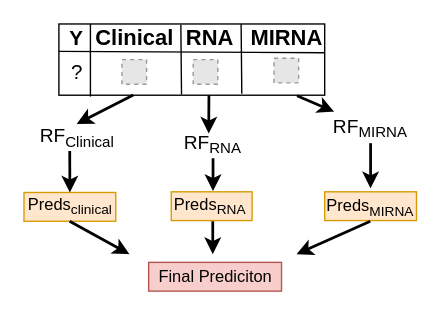
Above: docs/Graphics/chapter2/Block_Wise_RF_Pred_Example.drawio in rollator3000/MS_omics (draw.io), before the change. Source tidied: cells renumbered, new cells numbered last; positions are measured from the earlier drawing's top-left corner, leaving out a move shared by most shapes. Both pictures are drawn from the tidied source at 137%, with x=0, y=0 at pixel (23, 23). Pictures stored in the file or linked from it are replaced by grey dashed boxes.
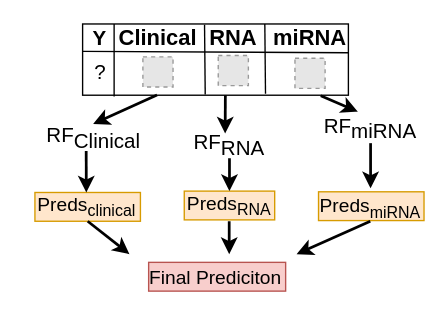
After the change.

Change to the diagram source:
```diff
@@
     <mxCell id="2" style="rounded=0;whiteSpace=wrap;html=1;fillColor=#ffe6cc;strokeColor=#d79b00;" parent="1" vertex="1">
-      <mxGeometry x="219.5" y="122.5" width="67" height="21" as="geometry" />
+      <mxGeometry x="215" y="122.5" width="77" height="21" as="geometry" />
     </mxCell>
     <mxCell id="3" style="rounded=0;whiteSpace=wrap;html=1;fillColor=#ffe6cc;strokeColor=#d79b00;" parent="1" vertex="1">
-      <mxGeometry x="107.5" y="122.5" width="59" height="21" as="geometry" />
+      <mxGeometry x="117" y="122" width="66" height="21" as="geometry" />
     </mxCell>
     <mxCell id="4" style="rounded=0;whiteSpace=wrap;html=1;fillColor=#ffe6cc;strokeColor=#d79b00;" parent="1" vertex="1">
-      <mxGeometry y="123" width="67" height="21" as="geometry" />
+      <mxGeometry x="8" y="123" width="77" height="21" as="geometry" />
     </mxCell>
     <mxCell id="5" style="rounded=0;whiteSpace=wrap;html=1;" parent="1" vertex="1">
-      <mxGeometry x="25.5" width="194" height="52" as="geometry" />
+      <mxGeometry x="42.8" width="194" height="52" as="geometry" />
     </mxCell>
     <mxCell id="6" style="endArrow=none;html=1;exitX=0;exitY=1;exitDx=0;exitDy=0;" parent="1" edge="1" source="7">
       <mxGeometry relative="1" as="geometry">
-        <mxPoint x="219.5" y="21" as="targetPoint" />
+        <mxPoint x="236.8" y="21" as="targetPoint" />
       </mxGeometry>
     </mxCell>
     <mxCell id="7" value="&lt;font style=&quot;font-size: 15px&quot;&gt;&lt;b&gt;Y&lt;/b&gt;&lt;/font&gt;" style="text;html=1;strokeColor=none;fillColor=none;align=center;verticalAlign=middle;whiteSpace=wrap;rounded=0;" parent="1" vertex="1">
-      <mxGeometry x="25.5" y="0.5" width="25" height="19.5" as="geometry" />
+      <mxGeometry x="42.8" y="0.5" width="25" height="19.5" as="geometry" />
     </mxCell>
     <mxCell id="8" value="&lt;font style=&quot;font-size: 16px&quot;&gt;&lt;b&gt;Clinical&lt;/b&gt;&lt;/font&gt;" style="text;html=1;strokeColor=none;fillColor=none;align=center;verticalAlign=middle;whiteSpace=wrap;rounded=0;" parent="1" vertex="1">
-      <mxGeometry x="55.5" width="50" height="20" as="geometry" />
+      <mxGeometry x="72.8" width="50" height="20" as="geometry" />
     </mxCell>
-    <mxCell id="9" value="&lt;font style=&quot;font-size: 16px&quot;&gt;&lt;b&gt;MIRNA&lt;/b&gt;&lt;/font&gt;" style="text;html=1;strokeColor=none;fillColor=none;align=center;verticalAlign=middle;whiteSpace=wrap;rounded=0;" parent="1" vertex="1">
-      <mxGeometry x="166.5" width="50" height="20" as="geometry" />
+    <mxCell id="9" value="&lt;font style=&quot;font-size: 16px&quot;&gt;&lt;b&gt;miRNA&lt;/b&gt;&lt;/font&gt;" style="text;html=1;strokeColor=none;fillColor=none;align=center;verticalAlign=middle;whiteSpace=wrap;rounded=0;" parent="1" vertex="1">
+      <mxGeometry x="183.8" width="50" height="20" as="geometry" />
     </mxCell>
     <mxCell id="10" value="&lt;font style=&quot;font-size: 16px&quot;&gt;&lt;b&gt;RNA&lt;/b&gt;&lt;/font&gt;" style="text;html=1;strokeColor=none;fillColor=none;align=center;verticalAlign=middle;whiteSpace=wrap;rounded=0;" parent="1" vertex="1">
-      <mxGeometry x="110.5" width="50" height="20" as="geometry" />
+      <mxGeometry x="127.8" width="50" height="20" as="geometry" />
     </mxCell>
     <mxCell id="11" style="endArrow=none;html=1;" parent="1" edge="1">
       <mxGeometry relative="1" as="geometry">
-        <mxPoint x="48.5" y="53" as="sourcePoint" />
-        <mxPoint x="48.5" as="targetPoint" />
+        <mxPoint x="65.8" y="53" as="sourcePoint" />
+        <mxPoint x="65.8" as="targetPoint" />
       </mxGeometry>
     </mxCell>
     <mxCell id="12" style="endArrow=none;html=1;entryX=0.75;entryY=0;entryDx=0;entryDy=0;" parent="1" edge="1">
       <mxGeometry relative="1" as="geometry">
-        <mxPoint x="115" y="51.5" as="sourcePoint" />
-        <mxPoint x="114.5" y="0.5" as="targetPoint" />
+        <mxPoint x="132.3" y="51.5" as="sourcePoint" />
+        <mxPoint x="131.8" y="0.5" as="targetPoint" />
       </mxGeometry>
     </mxCell>
-    <mxCell id="13" style="fillColor=#E6E6E6;strokeColor=#999999;dashed=1;html=1;verticalAlign=top;verticalLabelPosition=bottom;labelBackgroundColor=#ffffff;" parent="1" vertex="1">
-      <mxGeometry x="71.5" y="26" width="18" height="18" as="geometry" />
-    </mxCell>
-    <mxCell id="14" style="fillColor=#E6E6E6;strokeColor=#999999;dashed=1;html=1;verticalAlign=top;verticalLabelPosition=bottom;labelBackgroundColor=#ffffff;" parent="1" vertex="1">
-      <mxGeometry x="123.5" y="26" width="18" height="18" as="geometry" />
-    </mxCell>
-    <mxCell id="15" style="fillColor=#E6E6E6;strokeColor=#999999;dashed=1;html=1;verticalAlign=top;verticalLabelPosition=bottom;labelBackgroundColor=#ffffff;" parent="1" vertex="1">
-      <mxGeometry x="182.5" y="25" width="18" height="18" as="geometry" />
-    </mxCell>
     <mxCell id="16" value="&lt;font style=&quot;font-size: 15px&quot;&gt;?&lt;/font&gt;" style="text;html=1;strokeColor=none;fillColor=none;align=center;verticalAlign=middle;whiteSpace=wrap;rounded=0;" parent="1" vertex="1">
-      <mxGeometry x="18.5" y="25" width="40" height="20" as="geometry" />
+      <mxGeometry x="35.8" y="25" width="40" height="20" as="geometry" />
     </mxCell>
     <mxCell id="17" style="endArrow=none;html=1;entryX=0.75;entryY=0;entryDx=0;entryDy=0;" parent="1" edge="1">
       <mxGeometry relative="1" as="geometry">
-        <mxPoint x="159" y="51" as="sourcePoint" />
-        <mxPoint x="158.5" as="targetPoint" />
+        <mxPoint x="176.3" y="51" as="sourcePoint" />
+        <mxPoint x="175.8" as="targetPoint" />
       </mxGeometry>
     </mxCell>
-    <mxCell id="18" value="&lt;font&gt;&lt;span style=&quot;font-size: 14px&quot;&gt;RF&lt;/span&gt;&lt;sub&gt;&lt;font style=&quot;font-size: 11px&quot;&gt;Clinical&lt;/font&gt;&lt;/sub&gt;&lt;/font&gt;" style="text;html=1;strokeColor=none;fillColor=none;align=center;verticalAlign=middle;whiteSpace=wrap;rounded=0;" parent="1" vertex="1">
-      <mxGeometry x="18.5" y="73" width="40" height="20" as="geometry" />
+    <mxCell id="18" value="&lt;font style=&quot;font-size: 15px&quot;&gt;&lt;span&gt;RF&lt;/span&gt;&lt;sub&gt;&lt;font style=&quot;font-size: 15px&quot;&gt;Clinical&lt;/font&gt;&lt;/sub&gt;&lt;/font&gt;" style="text;html=1;strokeColor=none;fillColor=none;align=center;verticalAlign=middle;whiteSpace=wrap;rounded=0;" parent="1" vertex="1">
+      <mxGeometry x="30.5" y="73" width="40" height="20" as="geometry" />
     </mxCell>
-    <mxCell id="19" value="&lt;font style=&quot;font-size: 14px&quot;&gt;RF&lt;/font&gt;&lt;sub&gt;&lt;font style=&quot;font-size: 11px&quot;&gt;MIRNA&lt;/font&gt;&lt;/sub&gt;" style="text;html=1;strokeColor=none;fillColor=none;align=center;verticalAlign=middle;whiteSpace=wrap;rounded=0;" parent="1" vertex="1">
+    <mxCell id="19" value="&lt;font style=&quot;font-size: 15px&quot;&gt;&lt;font style=&quot;font-size: 15px&quot;&gt;RF&lt;/font&gt;&lt;sub&gt;&lt;font style=&quot;font-size: 15px&quot;&gt;miRNA&lt;/font&gt;&lt;/sub&gt;&lt;/font&gt;" style="text;html=1;strokeColor=none;fillColor=none;align=center;verticalAlign=middle;whiteSpace=wrap;rounded=0;" parent="1" vertex="1">
       <mxGeometry x="224" y="64" width="58" height="23" as="geometry" />
     </mxCell>
-    <mxCell id="20" value="&lt;font&gt;&lt;span style=&quot;font-size: 14px&quot;&gt;RF&lt;/span&gt;&lt;sub&gt;&lt;font style=&quot;font-size: 11px&quot;&gt;RNA&lt;/font&gt;&lt;/sub&gt;&lt;/font&gt;" style="text;html=1;strokeColor=none;fillColor=none;align=center;verticalAlign=middle;whiteSpace=wrap;rounded=0;" parent="1" vertex="1">
-      <mxGeometry x="118" y="78" width="40" height="20" as="geometry" />
+    <mxCell id="20" value="&lt;font style=&quot;font-size: 15px&quot;&gt;&lt;span&gt;RF&lt;/span&gt;&lt;sub&gt;&lt;font style=&quot;font-size: 15px&quot;&gt;RNA&lt;/font&gt;&lt;/sub&gt;&lt;/font&gt;" style="text;html=1;strokeColor=none;fillColor=none;align=center;verticalAlign=middle;whiteSpace=wrap;rounded=0;" parent="1" vertex="1">
+      <mxGeometry x="130" y="78" width="40" height="20" as="geometry" />
     </mxCell>
-    <mxCell id="21" value="&lt;span style=&quot;font-size: 12px&quot;&gt;Preds&lt;/span&gt;&lt;sub&gt;clinical&lt;/sub&gt;" style="text;html=1;strokeColor=none;fillColor=none;align=center;verticalAlign=middle;whiteSpace=wrap;rounded=0;" parent="1" vertex="1">
-      <mxGeometry x="13.5" y="123" width="40" height="20" as="geometry" />
+    <mxCell id="21" value="&lt;font style=&quot;font-size: 14px&quot;&gt;Preds&lt;sub&gt;clinical&lt;/sub&gt;&lt;/font&gt;" style="text;html=1;strokeColor=none;fillColor=none;align=center;verticalAlign=middle;whiteSpace=wrap;rounded=0;" parent="1" vertex="1">
+      <mxGeometry x="25.5" y="123" width="40" height="20" as="geometry" />
     </mxCell>
-    <mxCell id="22" value="&lt;span style=&quot;font-size: 12px&quot;&gt;Preds&lt;/span&gt;&lt;sub&gt;RNA&lt;/sub&gt;" style="text;html=1;strokeColor=none;fillColor=none;align=center;verticalAlign=middle;whiteSpace=wrap;rounded=0;" parent="1" vertex="1">
-      <mxGeometry x="115.5" y="123" width="40" height="20" as="geometry" />
+    <mxCell id="22" value="&lt;font style=&quot;font-size: 14px&quot;&gt;Preds&lt;sub&gt;RNA&lt;/sub&gt;&lt;/font&gt;" style="text;html=1;strokeColor=none;fillColor=none;align=center;verticalAlign=middle;whiteSpace=wrap;rounded=0;" parent="1" vertex="1">
+      <mxGeometry x="117.2" y="122" width="65.7" height="20" as="geometry" />
     </mxCell>
-    <mxCell id="23" value="&lt;span style=&quot;font-size: 12px&quot;&gt;Preds&lt;/span&gt;&lt;sub&gt;MIRNA&lt;/sub&gt;" style="text;html=1;strokeColor=none;fillColor=none;align=center;verticalAlign=middle;whiteSpace=wrap;rounded=0;" parent="1" vertex="1">
+    <mxCell id="23" value="&lt;font style=&quot;font-size: 14px&quot;&gt;Preds&lt;sub&gt;miRNA&lt;/sub&gt;&lt;/font&gt;" style="text;html=1;strokeColor=none;fillColor=none;align=center;verticalAlign=middle;whiteSpace=wrap;rounded=0;" parent="1" vertex="1">
       <mxGeometry x="233" y="123.5" width="40" height="20" as="geometry" />
     </mxCell>
@@
     <mxCell id="25" style="endArrow=classic;html=1;shadow=0;strokeWidth=2;entryX=0.421;entryY=0.1;entryDx=0;entryDy=0;entryPerimeter=0;" parent="1" edge="1" target="20">
       <mxGeometry relative="1" as="geometry">
-        <mxPoint x="135" y="52" as="sourcePoint" />
+        <mxPoint x="147" y="52" as="sourcePoint" />
       </mxGeometry>
     </mxCell>
-    <mxCell id="26" style="endArrow=classic;html=1;shadow=0;strokeWidth=2;exitX=0.896;exitY=1.006;exitDx=0;exitDy=0;exitPerimeter=0;" parent="1" edge="1" source="5" target="19">
-      <mxGeometry relative="1" as="geometry" />
+    <mxCell id="26" style="endArrow=classic;html=1;shadow=0;strokeWidth=2;exitX=0.896;exitY=1.006;exitDx=0;exitDy=0;exitPerimeter=0;" parent="1" edge="1" source="5">
+      <mxGeometry relative="1" as="geometry">
+        <mxPoint x="243.7" y="64" as="targetPoint" />
+      </mxGeometry>
     </mxCell>
@@
     <mxCell id="28" style="endArrow=classic;html=1;shadow=0;strokeWidth=2;exitX=0.5;exitY=1;exitDx=0;exitDy=0;" parent="1" edge="1" source="20">
       <mxGeometry relative="1" as="geometry">
-        <mxPoint x="138" y="122" as="targetPoint" />
+        <mxPoint x="150" y="122" as="targetPoint" />
       </mxGeometry>
     </mxCell>
@@
-    <mxCell id="30" style="endArrow=classic;html=1;shadow=0;strokeWidth=2;exitX=0.373;exitY=0.99;exitDx=0;exitDy=0;exitPerimeter=0;" parent="1" edge="1">
+    <mxCell id="30" style="endArrow=classic;html=1;shadow=0;strokeWidth=2;exitX=0.5;exitY=1;exitDx=0;exitDy=0;" parent="1" edge="1" source="4">
       <mxGeometry relative="1" as="geometry">
-        <mxPoint x="33.3" y="144" as="sourcePoint" />
         <mxPoint x="77" y="168" as="targetPoint" />
       </mxGeometry>
     </mxCell>
     <mxCell id="31" style="endArrow=classic;html=1;shadow=0;strokeWidth=2;exitX=0.5;exitY=1;exitDx=0;exitDy=0;" parent="1" edge="1">
       <mxGeometry relative="1" as="geometry">
-        <mxPoint x="137.8" y="144" as="sourcePoint" />
-        <mxPoint x="137.8" y="168" as="targetPoint" />
+        <mxPoint x="149.8" y="144" as="sourcePoint" />
+        <mxPoint x="149.8" y="168" as="targetPoint" />
       </mxGeometry>
     </mxCell>
@@
     <mxCell id="33" style="rounded=0;whiteSpace=wrap;html=1;fillColor=#f8cecc;strokeColor=#b85450;" parent="1" vertex="1">
-      <mxGeometry x="91" y="174" width="97" height="21" as="geometry" />
+      <mxGeometry x="91" y="174" width="100" height="21" as="geometry" />
     </mxCell>
-    <mxCell id="34" value="Final Prediciton" style="text;html=1;strokeColor=none;fillColor=none;align=center;verticalAlign=middle;whiteSpace=wrap;rounded=0;" parent="1" vertex="1">
-      <mxGeometry x="97" y="174.5" width="85.5" height="20" as="geometry" />
+    <mxCell id="34" value="&lt;font style=&quot;font-size: 14px&quot;&gt;Final Prediciton&lt;/font&gt;" style="text;html=1;strokeColor=none;fillColor=none;align=center;verticalAlign=middle;whiteSpace=wrap;rounded=0;" parent="1" vertex="1">
+      <mxGeometry x="89.8" y="175" width="100" height="20" as="geometry" />
     </mxCell>
+    <mxCell id="35" style="fillColor=#E6E6E6;strokeColor=#999999;dashed=1;html=1;verticalAlign=top;verticalLabelPosition=bottom;labelBackgroundColor=#ffffff;" parent="1" vertex="1">
+      <mxGeometry x="86.8" y="24" width="22" height="22" as="geometry" />
+    </mxCell>
+    <mxCell id="36" style="fillColor=#E6E6E6;strokeColor=#999999;dashed=1;html=1;verticalAlign=top;verticalLabelPosition=bottom;labelBackgroundColor=#ffffff;" parent="1" vertex="1">
+      <mxGeometry x="141.8" y="23" width="22" height="22" as="geometry" />
+    </mxCell>
+    <mxCell id="37" style="fillColor=#E6E6E6;strokeColor=#999999;dashed=1;html=1;verticalAlign=top;verticalLabelPosition=bottom;labelBackgroundColor=#ffffff;" parent="1" vertex="1">
+      <mxGeometry x="197.8" y="25" width="22" height="22" as="geometry" />
+    </mxCell>
```
